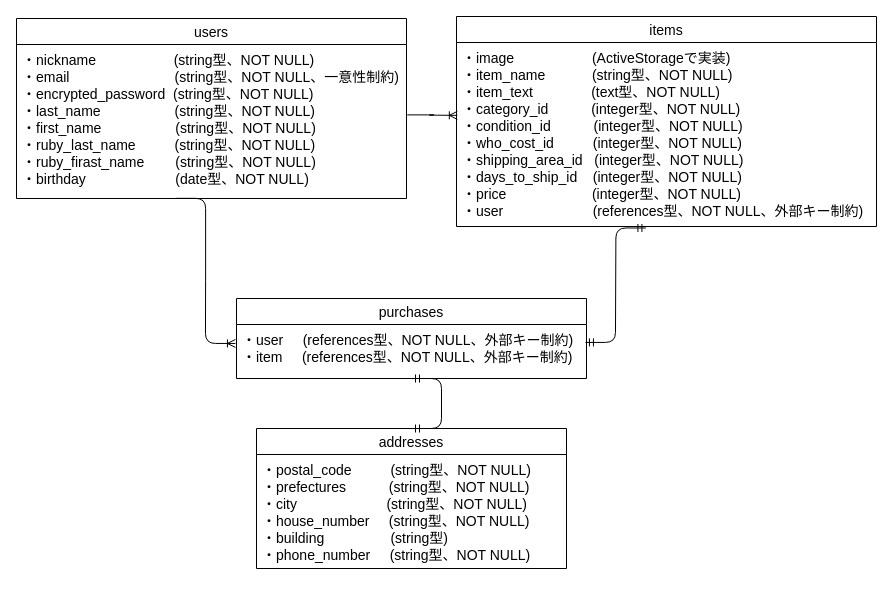
kimoto-naoki/furima-35589 keeps this draw.io diagram as table.dio. Above is the earlier version. Source tidied: cells renumbered, new cells numbered last; positions are measured from the earlier drawing's top-left corner, leaving out a move shared by most shapes. Both pictures are drawn from the tidied source at 100%, with x=0, y=0 at pixel (16, 16).
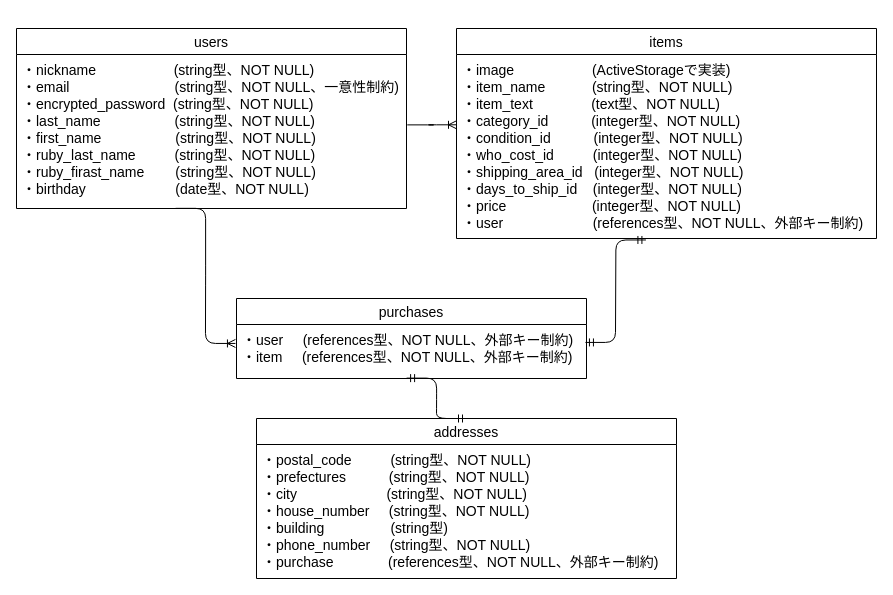
The same diagram, later.

Diff of the diagram source:
```diff
@@
 <mxGraphModel>
   <root>
     <mxCell id="0" />
     <mxCell id="1" parent="0" />
     <mxCell id="2" value="users" style="swimlane;fontStyle=0;horizontal=1;startSize=26;align=center;fontSize=14;" parent="1" vertex="1">
-      <mxGeometry y="2" width="390" height="180" as="geometry" />
+      <mxGeometry y="12" width="390" height="180" as="geometry" />
     </mxCell>
     <mxCell id="3" value="・nickname                    (string型、NOT NULL)&#10;・email                           (string型、NOT NULL、一意性制約)&#10;・encrypted_password  (string型、NOT NULL)&#10;・last_name                   (string型、NOT NULL)&#10;・first_name                   (string型、NOT NULL)&#10;・ruby_last_name          (string型、NOT NULL)&#10;・ruby_firast_name        (string型、NOT NULL)&#10;・birthday                       (date型、NOT NULL)" style="text;strokeColor=none;fillColor=none;spacingLeft=4;spacingRight=4;overflow=hidden;points=[[0,0.5],[1,0.5]];portConstraint=eastwest;fontSize=14;spacingBottom=4;spacingTop=1;" parent="2" vertex="1">
       <mxGeometry y="26" width="390" height="154" as="geometry" />
     </mxCell>
     <mxCell id="4" value="items" style="swimlane;fontStyle=0;horizontal=1;startSize=26;align=center;fontSize=14;" parent="1" vertex="1">
-      <mxGeometry x="440" width="420" height="210" as="geometry" />
+      <mxGeometry x="440" y="12" width="420" height="210" as="geometry" />
     </mxCell>
     <mxCell id="5" value="・image                    (ActiveStorageで実装)&#10;・item_name            (string型、NOT NULL)&#10;・item_text               (text型、NOT NULL)&#10;・category_id           (integer型、NOT NULL)&#10;・condition_id           (integer型、NOT NULL)&#10;・who_cost_id          (integer型、NOT NULL)&#10;・shipping_area_id   (integer型、NOT NULL)&#10;・days_to_ship_id    (integer型、NOT NULL)&#10;・price                      (integer型、NOT NULL)&#10;・user                       (references型、NOT NULL、外部キー制約)" style="text;strokeColor=none;fillColor=none;spacingLeft=4;spacingRight=4;overflow=hidden;points=[[0,0.5],[1,0.5]];portConstraint=eastwest;fontSize=14;spacingBottom=4;spacingTop=1;" parent="4" vertex="1">
       <mxGeometry y="26" width="420" height="184" as="geometry" />
     </mxCell>
     <mxCell id="6" value="purchases" style="swimlane;fontStyle=0;horizontal=1;startSize=26;align=center;fontSize=14;" parent="1" vertex="1">
       <mxGeometry x="220" y="282" width="350" height="80" as="geometry" />
     </mxCell>
     <mxCell id="7" value="・user     (references型、NOT NULL、外部キー制約)&#10;・item     (references型、NOT NULL、外部キー制約)" style="text;strokeColor=none;fillColor=none;spacingLeft=4;spacingRight=4;overflow=hidden;points=[[0,0.5],[1,0.5]];portConstraint=eastwest;fontSize=14;spacingBottom=4;spacingTop=1;" parent="6" vertex="1">
       <mxGeometry y="26" width="350" height="54" as="geometry" />
     </mxCell>
-    <mxCell id="8" style="edgeStyle=entityRelationEdgeStyle;fontSize=12;html=1;endArrow=ERoneToMany;exitX=1.002;exitY=0.457;exitDx=0;exitDy=0;exitPerimeter=0;entryX=0.002;entryY=0.396;entryDx=0;entryDy=0;entryPerimeter=0;" parent="1" edge="1" source="3" target="5">
+    <mxCell id="8" style="edgeStyle=entityRelationEdgeStyle;fontSize=12;html=1;endArrow=ERoneToMany;exitX=1.002;exitY=0.457;exitDx=0;exitDy=0;exitPerimeter=0;entryX=0;entryY=0.382;entryDx=0;entryDy=0;entryPerimeter=0;" parent="1" edge="1" source="3" target="5">
       <mxGeometry relative="1" as="geometry" />
     </mxCell>
     <mxCell id="9" style="edgeStyle=entityRelationEdgeStyle;fontSize=12;html=1;endArrow=ERoneToMany;entryX=-0.003;entryY=0.351;entryDx=0;entryDy=0;entryPerimeter=0;exitX=0.408;exitY=0.999;exitDx=0;exitDy=0;exitPerimeter=0;" parent="1" edge="1" source="3" target="7">
       <mxGeometry relative="1" as="geometry" />
     </mxCell>
     <mxCell id="10" value="addresses" style="swimlane;fontStyle=0;horizontal=1;startSize=26;align=center;fontSize=14;" parent="1" vertex="1">
-      <mxGeometry x="240" y="412" width="310" height="140" as="geometry" />
+      <mxGeometry x="240" y="402" width="420" height="160" as="geometry" />
     </mxCell>
-    <mxCell id="11" value="・postal_code          (string型、NOT NULL)&#10;・prefectures           (string型、NOT NULL)&#10;・city                       (string型、NOT NULL)&#10;・house_number     (string型、NOT NULL)&#10;・building                 (string型)&#10;・phone_number     (string型、NOT NULL)&#10;&#10;" style="text;strokeColor=none;fillColor=none;spacingLeft=4;spacingRight=4;overflow=hidden;fontSize=14;spacingBottom=4;spacingTop=1;" parent="10" vertex="1">
-      <mxGeometry y="26" width="310" height="114" as="geometry" />
+    <mxCell id="11" value="・postal_code          (string型、NOT NULL)&#10;・prefectures           (string型、NOT NULL)&#10;・city                       (string型、NOT NULL)&#10;・house_number     (string型、NOT NULL)&#10;・building                 (string型)&#10;・phone_number     (string型、NOT NULL)&#10;・purchase              (references型、NOT NULL、外部キー制約)" style="text;strokeColor=none;fillColor=none;spacingLeft=4;spacingRight=4;overflow=hidden;fontSize=14;spacingBottom=4;spacingTop=1;" parent="10" vertex="1">
+      <mxGeometry y="26" width="420" height="134" as="geometry" />
     </mxCell>
-    <mxCell id="12" style="edgeStyle=entityRelationEdgeStyle;fontSize=12;html=1;endArrow=ERmandOne;startArrow=ERmandOne;entryX=0.5;entryY=0;entryDx=0;entryDy=0;" parent="1" edge="1" target="10">
-      <mxGeometry relative="1" as="geometry">
-        <mxPoint x="395" y="362" as="sourcePoint" />
-      </mxGeometry>
+    <mxCell id="12" style="edgeStyle=entityRelationEdgeStyle;fontSize=12;html=1;endArrow=ERmandOne;startArrow=ERmandOne;entryX=0.5;entryY=0;entryDx=0;entryDy=0;exitX=0.486;exitY=0.993;exitDx=0;exitDy=0;exitPerimeter=0;" parent="1" edge="1" source="7" target="10">
+      <mxGeometry relative="1" as="geometry" />
     </mxCell>
     <mxCell id="13" style="edgeStyle=entityRelationEdgeStyle;fontSize=12;html=1;endArrow=ERmandOne;startArrow=ERmandOne;exitX=0.997;exitY=0.332;exitDx=0;exitDy=0;exitPerimeter=0;entryX=0.451;entryY=1.008;entryDx=0;entryDy=0;entryPerimeter=0;" parent="1" edge="1" source="7" target="5">
       <mxGeometry relative="1" as="geometry" />
     </mxCell>
   </root>
 </mxGraphModel>
```
